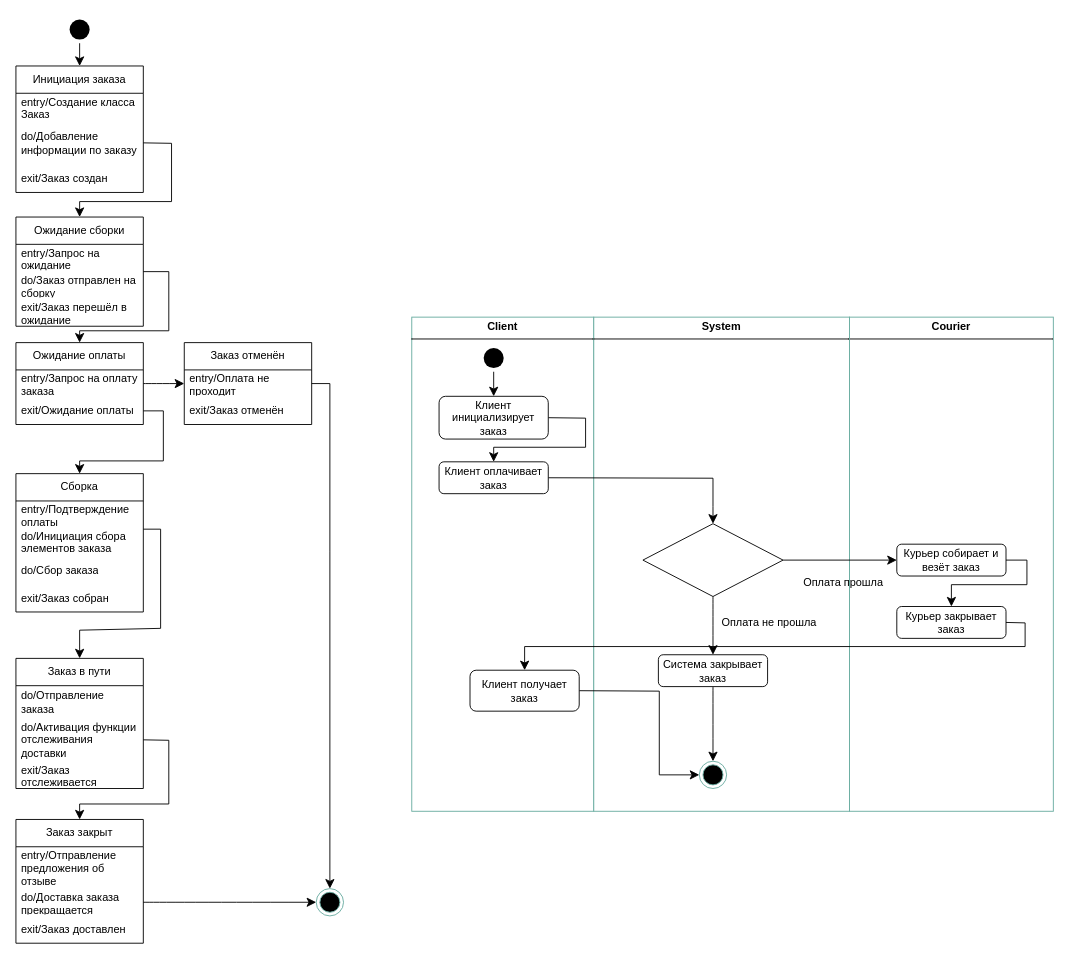
Above: page "Negyd" (10 of 22) of Copy of 115 1.drawio in Helpmepleaseitishard/Aikms (draw.io), before the change. Source tidied: cells renumbered, new cells numbered last; positions are measured from the earlier drawing's top-left corner, leaving out a move shared by most shapes. Both pictures are drawn from the tidied source at 91%, with x=0, y=0 at pixel (15, 15).
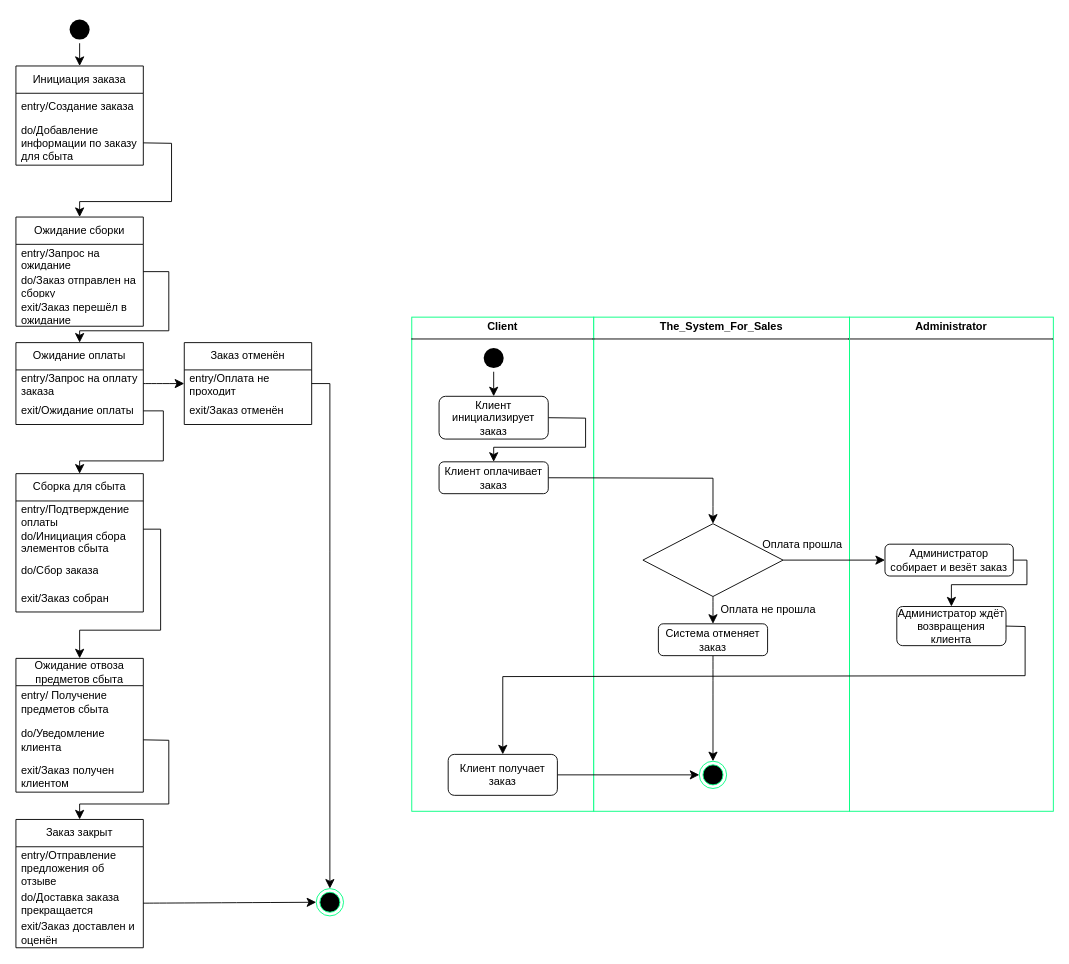
Above is the later version.

The edit, as a diff of the source:
```diff
@@
     <mxCell id="2" value="Инициация заказа" style="swimlane;fontStyle=0;horizontal=1;startSize=30;whiteSpace=wrap;html=1;" parent="1" vertex="1">
-      <mxGeometry y="55" width="140" height="139" as="geometry" />
+      <mxGeometry y="55" width="140" height="109" as="geometry" />
     </mxCell>
-    <mxCell id="3" value="entry/Создание класса Заказ" style="text;strokeColor=none;fillColor=none;align=left;verticalAlign=middle;spacingLeft=4;spacingRight=4;overflow=hidden;whiteSpace=wrap;html=1;" parent="2" vertex="1">
+    <mxCell id="3" value="entry/Создание заказа" style="text;strokeColor=none;fillColor=none;align=left;verticalAlign=middle;spacingLeft=4;spacingRight=4;overflow=hidden;whiteSpace=wrap;html=1;" parent="2" vertex="1">
       <mxGeometry y="30" width="140" height="30" as="geometry" />
     </mxCell>
-    <mxCell id="4" value="do/Добавление информации по заказу" style="text;strokeColor=none;fillColor=none;align=left;verticalAlign=middle;spacingLeft=4;spacingRight=4;overflow=hidden;points=[[0,0.5],[1,0.5]];portConstraint=eastwest;whiteSpace=wrap;html=1;" parent="2" vertex="1">
+    <mxCell id="4" value="do/Добавление информации по заказу для сбыта" style="text;strokeColor=none;fillColor=none;align=left;verticalAlign=middle;spacingLeft=4;spacingRight=4;overflow=hidden;points=[[0,0.5],[1,0.5]];portConstraint=eastwest;whiteSpace=wrap;html=1;" parent="2" vertex="1">
       <mxGeometry y="60" width="140" height="49" as="geometry" />
     </mxCell>
-    <mxCell id="5" value="exit/Заказ создан" style="text;strokeColor=none;fillColor=none;align=left;verticalAlign=middle;spacingLeft=4;spacingRight=4;overflow=hidden;whiteSpace=wrap;html=1;" parent="2" vertex="1">
-      <mxGeometry y="109" width="140" height="30" as="geometry" />
-    </mxCell>
@@
-    <mxCell id="11" value="Сборка" style="swimlane;fontStyle=0;horizontal=1;startSize=30;whiteSpace=wrap;html=1;" parent="1" vertex="1">
+    <mxCell id="11" value="Сборка для сбыта" style="swimlane;fontStyle=0;horizontal=1;startSize=30;whiteSpace=wrap;html=1;" parent="1" vertex="1">
       <mxGeometry y="503" width="140" height="152" as="geometry" />
     </mxCell>
-    <mxCell id="12" value="entry/Подтверждение оплаты&lt;div&gt;do/Инициация сбора элементов заказа&lt;/div&gt;" style="text;strokeColor=none;fillColor=none;align=left;verticalAlign=middle;spacingLeft=4;spacingRight=4;overflow=hidden;points=[[0,0.5],[1,0.5]];portConstraint=eastwest;whiteSpace=wrap;html=1;" parent="11" vertex="1">
+    <mxCell id="12" value="entry/Подтверждение оплаты&lt;div&gt;do/Инициация сбора элементов сбыта&lt;/div&gt;" style="text;strokeColor=none;fillColor=none;align=left;verticalAlign=middle;spacingLeft=4;spacingRight=4;overflow=hidden;points=[[0,0.5],[1,0.5]];portConstraint=eastwest;whiteSpace=wrap;html=1;" parent="11" vertex="1">
       <mxGeometry y="30" width="140" height="62" as="geometry" />
     </mxCell>
@@
-    <mxCell id="18" value="Заказ в пути" style="swimlane;fontStyle=0;horizontal=1;startSize=30;whiteSpace=wrap;html=1;" parent="1" vertex="1">
-      <mxGeometry y="706" width="140" height="143" as="geometry" />
+    <mxCell id="18" value="Ожидание отвоза предметов сбыта" style="swimlane;fontStyle=0;horizontal=1;startSize=30;whiteSpace=wrap;html=1;" parent="1" vertex="1">
+      <mxGeometry y="706" width="140" height="147" as="geometry" />
     </mxCell>
-    <mxCell id="19" value="&lt;div&gt;do/&lt;span style=&quot;background-color: transparent; color: light-dark(rgb(0, 0, 0), rgb(255, 255, 255));&quot;&gt;Отправление заказа&lt;/span&gt;&lt;/div&gt;" style="text;strokeColor=none;fillColor=none;align=left;verticalAlign=middle;spacingLeft=4;spacingRight=4;overflow=hidden;whiteSpace=wrap;html=1;" parent="18" vertex="1">
+    <mxCell id="19" value="&lt;div&gt;entry/ Получение&lt;span style=&quot;background-color: transparent; color: light-dark(rgb(0, 0, 0), rgb(255, 255, 255));&quot;&gt; предметов сбыта&lt;br&gt;&lt;/span&gt;&lt;/div&gt;" style="text;strokeColor=none;fillColor=none;align=left;verticalAlign=middle;spacingLeft=4;spacingRight=4;overflow=hidden;whiteSpace=wrap;html=1;" parent="18" vertex="1">
       <mxGeometry y="30" width="140" height="36" as="geometry" />
     </mxCell>
-    <mxCell id="20" value="do/Активация функции отслеживания доставки" style="text;strokeColor=none;fillColor=none;align=left;verticalAlign=middle;spacingLeft=4;spacingRight=4;overflow=hidden;points=[[0,0.5],[1,0.5]];portConstraint=eastwest;whiteSpace=wrap;html=1;" parent="18" vertex="1">
+    <mxCell id="20" value="do/Уведомление клиента" style="text;strokeColor=none;fillColor=none;align=left;verticalAlign=middle;spacingLeft=4;spacingRight=4;overflow=hidden;points=[[0,0.5],[1,0.5]];portConstraint=eastwest;whiteSpace=wrap;html=1;" parent="18" vertex="1">
       <mxGeometry y="66" width="140" height="47" as="geometry" />
     </mxCell>
-    <mxCell id="21" value="exit/Заказ отслеживается" style="text;strokeColor=none;fillColor=none;align=left;verticalAlign=middle;spacingLeft=4;spacingRight=4;overflow=hidden;whiteSpace=wrap;html=1;" parent="18" vertex="1">
-      <mxGeometry y="113" width="140" height="30" as="geometry" />
+    <mxCell id="21" value="exit/Заказ получен клиентом" style="text;strokeColor=none;fillColor=none;align=left;verticalAlign=middle;spacingLeft=4;spacingRight=4;overflow=hidden;whiteSpace=wrap;html=1;" parent="18" vertex="1">
+      <mxGeometry y="113" width="140" height="34" as="geometry" />
     </mxCell>
     <mxCell id="22" value="Заказ закрыт" style="swimlane;fontStyle=0;horizontal=1;startSize=30;whiteSpace=wrap;html=1;" parent="1" vertex="1">
-      <mxGeometry y="883" width="140" height="136" as="geometry" />
+      <mxGeometry y="883" width="140" height="141" as="geometry" />
     </mxCell>
@@
     <mxCell id="24" value="do/Доставка заказа прекращается" style="text;strokeColor=none;fillColor=none;align=left;verticalAlign=middle;spacingLeft=4;spacingRight=4;overflow=hidden;points=[[0,0.5],[1,0.5]];portConstraint=eastwest;whiteSpace=wrap;html=1;" parent="22" vertex="1">
-      <mxGeometry y="76" width="140" height="30" as="geometry" />
+      <mxGeometry y="76" width="140" height="32" as="geometry" />
     </mxCell>
-    <mxCell id="25" value="exit/Заказ доставлен" style="text;strokeColor=none;fillColor=none;align=left;verticalAlign=middle;spacingLeft=4;spacingRight=4;overflow=hidden;whiteSpace=wrap;html=1;" parent="22" vertex="1">
-      <mxGeometry y="106" width="140" height="30" as="geometry" />
+    <mxCell id="25" value="exit/Заказ доставлен и оценён" style="text;strokeColor=none;fillColor=none;align=left;verticalAlign=middle;spacingLeft=4;spacingRight=4;overflow=hidden;whiteSpace=wrap;html=1;" parent="22" vertex="1">
+      <mxGeometry y="108" width="140" height="33" as="geometry" />
     </mxCell>
-    <mxCell id="26" style="ellipse;html=1;shape=endState;fillColor=#000000;strokeColor=#67AB9F;" parent="1" vertex="1">
+    <mxCell id="26" style="ellipse;html=1;shape=endState;fillColor=#000000;strokeColor=#00FF80;" parent="1" vertex="1">
       <mxGeometry x="330" y="959" width="30" height="30" as="geometry" />
     </mxCell>
@@
     <mxCell id="33" style="edgeStyle=none;curved=0;rounded=0;jettySize=auto;html=1;exitX=1;exitY=0.5;exitDx=0;exitDy=0;fontSize=12;startSize=8;endSize=8;entryX=0.5;entryY=0;entryDx=0;entryDy=0;" parent="1" edge="1" source="12" target="18">
       <mxGeometry relative="1" as="geometry">
         <Array as="points">
           <mxPoint x="159" y="564" />
-          <mxPoint x="159" y="673" />
+          <mxPoint x="159" y="675" />
           <mxPoint x="70" y="675" />
         </Array>
       </mxGeometry>
     </mxCell>
@@
-    <mxCell id="39" value="&lt;p style=&quot;margin:0px;margin-top:4px;text-align:center;&quot;&gt;&lt;b&gt;Client&lt;/b&gt;&lt;/p&gt;&lt;hr size=&quot;1&quot; style=&quot;border-style:solid;&quot;&gt;&lt;div style=&quot;height:2px;&quot;&gt;&lt;/div&gt;" style="verticalAlign=top;align=left;overflow=fill;html=1;whiteSpace=wrap;strokeColor=#67AB9F;" parent="1" vertex="1">
+    <mxCell id="39" value="&lt;p style=&quot;margin:0px;margin-top:4px;text-align:center;&quot;&gt;&lt;b&gt;Client&lt;/b&gt;&lt;/p&gt;&lt;hr size=&quot;1&quot; style=&quot;border-style:solid;&quot;&gt;&lt;div style=&quot;height:2px;&quot;&gt;&lt;/div&gt;" style="verticalAlign=top;align=left;overflow=fill;html=1;whiteSpace=wrap;strokeColor=#00FF80;" parent="1" vertex="1">
       <mxGeometry x="435" y="331" width="200" height="543" as="geometry" />
     </mxCell>
-    <mxCell id="40" value="&lt;p style=&quot;margin:0px;margin-top:4px;text-align:center;&quot;&gt;&lt;b&gt;Courier&lt;/b&gt;&lt;/p&gt;&lt;hr size=&quot;1&quot; style=&quot;border-style:solid;&quot;&gt;&lt;div style=&quot;height:2px;&quot;&gt;&lt;/div&gt;" style="verticalAlign=top;align=left;overflow=fill;html=1;whiteSpace=wrap;strokeColor=#67AB9F;" parent="1" vertex="1">
+    <mxCell id="40" value="&lt;p style=&quot;margin:0px;margin-top:4px;text-align:center;&quot;&gt;&lt;b&gt;Administrator&lt;/b&gt;&lt;/p&gt;&lt;hr size=&quot;1&quot; style=&quot;border-style:solid;&quot;&gt;&lt;div style=&quot;height:2px;&quot;&gt;&lt;/div&gt;" style="verticalAlign=top;align=left;overflow=fill;html=1;whiteSpace=wrap;strokeColor=#00FF80;" parent="1" vertex="1">
       <mxGeometry x="916" y="331" width="224" height="543" as="geometry" />
     </mxCell>
-    <mxCell id="41" value="&lt;p style=&quot;margin:0px;margin-top:4px;text-align:center;&quot;&gt;&lt;b&gt;System&lt;br&gt;&lt;/b&gt;&lt;/p&gt;&lt;hr size=&quot;1&quot; style=&quot;border-style:solid;&quot;&gt;&lt;div style=&quot;height:2px;&quot;&gt;&lt;/div&gt;" style="verticalAlign=top;align=left;overflow=fill;html=1;whiteSpace=wrap;strokeColor=#67AB9F;" parent="1" vertex="1">
+    <mxCell id="41" value="&lt;p style=&quot;margin:0px;margin-top:4px;text-align:center;&quot;&gt;&lt;b&gt;The_System_For_Sales&lt;br&gt;&lt;/b&gt;&lt;/p&gt;&lt;hr size=&quot;1&quot; style=&quot;border-style:solid;&quot;&gt;&lt;div style=&quot;height:2px;&quot;&gt;&lt;/div&gt;" style="verticalAlign=top;align=left;overflow=fill;html=1;whiteSpace=wrap;strokeColor=#00FF80;" parent="1" vertex="1">
       <mxGeometry x="635" y="331" width="281" height="543" as="geometry" />
     </mxCell>
-    <mxCell id="42" style="ellipse;html=1;shape=endState;fillColor=#000000;strokeColor=#67AB9F;" parent="1" vertex="1">
+    <mxCell id="42" style="ellipse;html=1;shape=endState;fillColor=#000000;strokeColor=#00FF80;" parent="1" vertex="1">
       <mxGeometry x="751" y="819" width="30" height="30" as="geometry" />
     </mxCell>
@@
     <mxCell id="48" style="edgeStyle=none;curved=0;rounded=0;jettySize=auto;html=1;exitX=1;exitY=0.5;exitDx=0;exitDy=0;entryX=0.5;entryY=0;entryDx=0;entryDy=0;fontSize=12;startSize=8;endSize=8;" parent="1" edge="1" source="56" target="52">
       <mxGeometry relative="1" as="geometry">
         <Array as="points">
-          <mxPoint x="1109" y="667" />
-          <mxPoint x="1109" y="693" />
-          <mxPoint x="559" y="693" />
+          <mxPoint x="1109" y="671" />
+          <mxPoint x="1109" y="725" />
+          <mxPoint x="535" y="726" />
         </Array>
       </mxGeometry>
     </mxCell>
@@
     <mxCell id="51" style="edgeStyle=none;curved=0;rounded=0;jettySize=auto;html=1;exitX=1;exitY=0.5;exitDx=0;exitDy=0;entryX=0;entryY=0.5;entryDx=0;entryDy=0;fontSize=12;startSize=8;endSize=8;" parent="1" edge="1" source="52" target="42">
-      <mxGeometry relative="1" as="geometry">
-        <Array as="points">
-          <mxPoint x="707" y="742" />
-          <mxPoint x="707" y="834" />
-        </Array>
-      </mxGeometry>
+      <mxGeometry relative="1" as="geometry" />
     </mxCell>
     <mxCell id="52" value="Клиент получает заказ" style="rounded=1;whiteSpace=wrap;html=1;" parent="1" vertex="1">
-      <mxGeometry x="499" y="719" width="120" height="45" as="geometry" />
+      <mxGeometry x="475" y="811.5" width="120" height="45" as="geometry" />
     </mxCell>
@@
-    <mxCell id="55" value="Курьер собирает и везёт заказ" style="rounded=1;whiteSpace=wrap;html=1;" parent="1" vertex="1">
-      <mxGeometry x="968" y="580.5" width="120" height="35" as="geometry" />
+    <mxCell id="55" value="Администратор собирает и везёт заказ" style="rounded=1;whiteSpace=wrap;html=1;" parent="1" vertex="1">
+      <mxGeometry x="955" y="580.5" width="141" height="35" as="geometry" />
     </mxCell>
-    <mxCell id="56" value="Курьер закрывает заказ" style="rounded=1;whiteSpace=wrap;html=1;" parent="1" vertex="1">
-      <mxGeometry x="968" y="649" width="120" height="35" as="geometry" />
+    <mxCell id="56" value="Администратор ждёт возвращения клиента" style="rounded=1;whiteSpace=wrap;html=1;" parent="1" vertex="1">
+      <mxGeometry x="968" y="649" width="120" height="43" as="geometry" />
     </mxCell>
-    <mxCell id="57" value="Система закрывает заказ" style="rounded=1;whiteSpace=wrap;html=1;" parent="1" vertex="1">
-      <mxGeometry x="706" y="702" width="120" height="35" as="geometry" />
+    <mxCell id="57" value="Система отменяет заказ" style="rounded=1;whiteSpace=wrap;html=1;" parent="1" vertex="1">
+      <mxGeometry x="706" y="668" width="120" height="35" as="geometry" />
     </mxCell>
@@
     <mxCell id="60" value="Оплата не прошла" style="text;html=1;align=center;verticalAlign=middle;whiteSpace=wrap;rounded=0;" parent="1" vertex="1">
-      <mxGeometry x="767" y="651.5" width="122" height="30" as="geometry" />
+      <mxGeometry x="766" y="638" width="122" height="30" as="geometry" />
     </mxCell>
     <mxCell id="61" value="Оплата прошла" style="text;html=1;align=center;verticalAlign=middle;whiteSpace=wrap;rounded=0;" parent="1" vertex="1">
-      <mxGeometry x="861" y="608" width="97" height="30" as="geometry" />
+      <mxGeometry x="816" y="566" width="97" height="30" as="geometry" />
     </mxCell>
```
